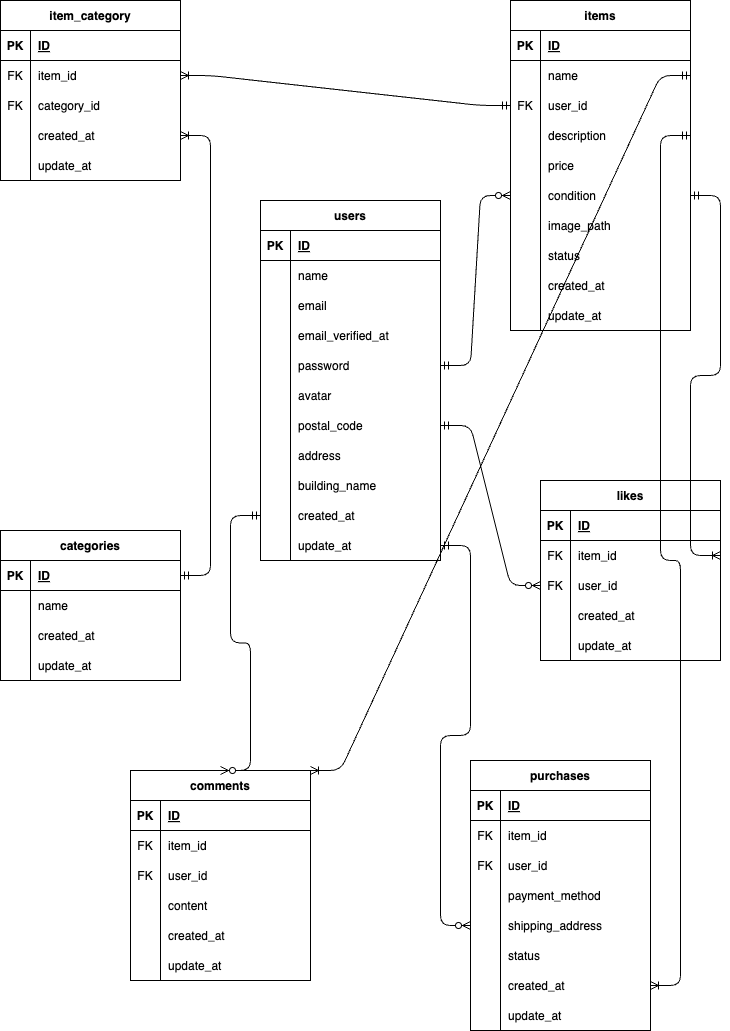
Kizuna42/-app keeps this draw.io diagram as index.drawio.png. Above is the earlier version. Source tidied: cells renumbered, new cells last; positions are measured from the earlier drawing's top-left corner, leaving out a move shared by most shapes.
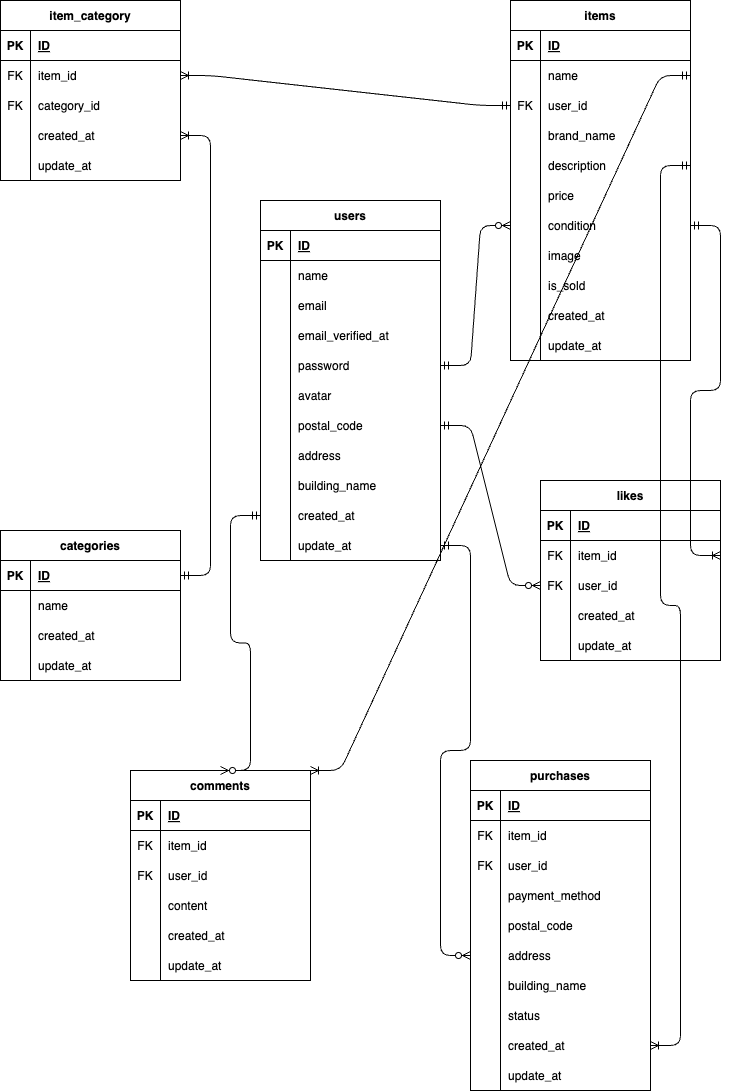
The same diagram one commit later.

Diff of the diagram source:
```diff
@@ -105,7 +105,7 @@
       <mxGeometry x="30" width="150" height="30" as="geometry" />
     </mxCell>
     <mxCell id="36" value="items" style="shape=table;startSize=30;rowLines=0;fontStyle=1;align=center;" parent="1" vertex="1">
-      <mxGeometry x="510" width="180" height="330" as="geometry" />
+      <mxGeometry x="510" width="180" height="360" as="geometry" />
     </mxCell>
     <mxCell id="37" style="shape=tableRow;horizontal=0;startSize=0;swimlaneHead=0;swimlaneBody=0;fillColor=none;top=0;left=0;right=0;bottom=1;" parent="36" vertex="1">
       <mxGeometry y="30" width="180" height="30" as="geometry" />
@@ -134,8 +134,17 @@
     <mxCell id="45" value="user_id" style="shape=partialRectangle;fillColor=none;top=0;left=0;bottom=0;right=0;align=left;spacingLeft=6;fontStyle=0;overflow=hidden;" parent="43" vertex="1">
       <mxGeometry x="30" width="150" height="30" as="geometry" />
     </mxCell>
+    <mxCell id="165" style="shape=tableRow;horizontal=0;startSize=0;swimlaneHead=0;swimlaneBody=0;fillColor=none;top=0;left=0;right=0;bottom=0;" parent="36" vertex="1">
+      <mxGeometry y="120" width="180" height="30" as="geometry" />
+    </mxCell>
+    <mxCell id="166" style="shape=partialRectangle;fillColor=none;top=0;left=0;bottom=0;right=0;overflow=hidden;" parent="165" vertex="1">
+      <mxGeometry width="30" height="30" as="geometry" />
+    </mxCell>
+    <mxCell id="167" value="brand_name" style="shape=partialRectangle;fillColor=none;top=0;left=0;bottom=0;right=0;align=left;spacingLeft=6;overflow=hidden;" parent="165" vertex="1">
+      <mxGeometry x="30" width="150" height="30" as="geometry" />
+    </mxCell>
     <mxCell id="46" style="shape=tableRow;horizontal=0;startSize=0;swimlaneHead=0;swimlaneBody=0;fillColor=none;points=[[0,0.5],[1,0.5]];portConstraint=eastwest;top=0;left=0;right=0;bottom=0;" parent="36" vertex="1">
-      <mxGeometry y="120" width="180" height="30" as="geometry" />
+      <mxGeometry y="150" width="180" height="30" as="geometry" />
     </mxCell>
     <mxCell id="47" style="shape=partialRectangle;fillColor=none;top=0;left=0;bottom=0;right=0;overflow=hidden;" parent="46" vertex="1">
       <mxGeometry width="30" height="30" as="geometry" />
@@ -144,7 +153,7 @@
       <mxGeometry x="30" width="150" height="30" as="geometry" />
     </mxCell>
     <mxCell id="49" style="shape=tableRow;horizontal=0;startSize=0;swimlaneHead=0;swimlaneBody=0;fillColor=none;top=0;left=0;right=0;bottom=0;" parent="36" vertex="1">
-      <mxGeometry y="150" width="180" height="30" as="geometry" />
+      <mxGeometry y="180" width="180" height="30" as="geometry" />
     </mxCell>
     <mxCell id="50" style="shape=partialRectangle;fillColor=none;top=0;left=0;bottom=0;right=0;overflow=hidden;" parent="49" vertex="1">
       <mxGeometry width="30" height="30" as="geometry" />
@@ -153,7 +162,7 @@
       <mxGeometry x="30" width="150" height="30" as="geometry" />
     </mxCell>
     <mxCell id="52" style="shape=tableRow;horizontal=0;startSize=0;swimlaneHead=0;swimlaneBody=0;fillColor=none;points=[[0,0.5],[1,0.5]];portConstraint=eastwest;top=0;left=0;right=0;bottom=0;" parent="36" vertex="1">
-      <mxGeometry y="180" width="180" height="30" as="geometry" />
+      <mxGeometry y="210" width="180" height="30" as="geometry" />
     </mxCell>
     <mxCell id="53" style="shape=partialRectangle;fillColor=none;top=0;left=0;bottom=0;right=0;overflow=hidden;" parent="52" vertex="1">
       <mxGeometry width="30" height="30" as="geometry" />
@@ -162,25 +171,25 @@
       <mxGeometry x="30" width="150" height="30" as="geometry" />
     </mxCell>
     <mxCell id="55" style="shape=tableRow;horizontal=0;startSize=0;swimlaneHead=0;swimlaneBody=0;fillColor=none;top=0;left=0;right=0;bottom=0;" parent="36" vertex="1">
-      <mxGeometry y="210" width="180" height="30" as="geometry" />
+      <mxGeometry y="240" width="180" height="30" as="geometry" />
     </mxCell>
     <mxCell id="56" style="shape=partialRectangle;fillColor=none;top=0;left=0;bottom=0;right=0;overflow=hidden;" parent="55" vertex="1">
       <mxGeometry width="30" height="30" as="geometry" />
     </mxCell>
-    <mxCell id="57" value="image_path" style="shape=partialRectangle;fillColor=none;top=0;left=0;bottom=0;right=0;align=left;spacingLeft=6;overflow=hidden;" parent="55" vertex="1">
+    <mxCell id="57" value="image" style="shape=partialRectangle;fillColor=none;top=0;left=0;bottom=0;right=0;align=left;spacingLeft=6;overflow=hidden;" parent="55" vertex="1">
       <mxGeometry x="30" width="150" height="30" as="geometry" />
     </mxCell>
     <mxCell id="58" style="shape=tableRow;horizontal=0;startSize=0;swimlaneHead=0;swimlaneBody=0;fillColor=none;top=0;left=0;right=0;bottom=0;" parent="36" vertex="1">
-      <mxGeometry y="240" width="180" height="30" as="geometry" />
+      <mxGeometry y="270" width="180" height="30" as="geometry" />
     </mxCell>
     <mxCell id="59" style="shape=partialRectangle;fillColor=none;top=0;left=0;bottom=0;right=0;overflow=hidden;" parent="58" vertex="1">
       <mxGeometry width="30" height="30" as="geometry" />
     </mxCell>
-    <mxCell id="60" value="status" style="shape=partialRectangle;fillColor=none;top=0;left=0;bottom=0;right=0;align=left;spacingLeft=6;overflow=hidden;" parent="58" vertex="1">
+    <mxCell id="60" value="is_sold" style="shape=partialRectangle;fillColor=none;top=0;left=0;bottom=0;right=0;align=left;spacingLeft=6;overflow=hidden;" parent="58" vertex="1">
       <mxGeometry x="30" width="150" height="30" as="geometry" />
     </mxCell>
     <mxCell id="61" style="shape=tableRow;horizontal=0;startSize=0;swimlaneHead=0;swimlaneBody=0;fillColor=none;top=0;left=0;right=0;bottom=0;" parent="36" vertex="1">
-      <mxGeometry y="270" width="180" height="30" as="geometry" />
+      <mxGeometry y="300" width="180" height="30" as="geometry" />
     </mxCell>
     <mxCell id="62" style="shape=partialRectangle;fillColor=none;top=0;left=0;bottom=0;right=0;overflow=hidden;" parent="61" vertex="1">
       <mxGeometry width="30" height="30" as="geometry" />
@@ -189,7 +198,7 @@
       <mxGeometry x="30" width="150" height="30" as="geometry" />
     </mxCell>
     <mxCell id="64" style="shape=tableRow;horizontal=0;startSize=0;swimlaneHead=0;swimlaneBody=0;fillColor=none;top=0;left=0;right=0;bottom=0;" parent="36" vertex="1">
-      <mxGeometry y="300" width="180" height="30" as="geometry" />
+      <mxGeometry y="330" width="180" height="30" as="geometry" />
     </mxCell>
     <mxCell id="65" style="shape=partialRectangle;fillColor=none;top=0;left=0;bottom=0;right=0;overflow=hidden;" parent="64" vertex="1">
       <mxGeometry width="30" height="30" as="geometry" />
@@ -390,7 +399,7 @@
       <mxGeometry x="30" width="150" height="30" as="geometry" />
     </mxCell>
     <mxCell id="131" value="purchases" style="shape=table;startSize=30;rowLines=0;fontStyle=1;align=center;" parent="1" vertex="1">
-      <mxGeometry x="470" y="760" width="180" height="270" as="geometry" />
+      <mxGeometry x="470" y="760" width="180" height="330" as="geometry" />
     </mxCell>
     <mxCell id="132" style="shape=tableRow;horizontal=0;startSize=0;swimlaneHead=0;swimlaneBody=0;fillColor=none;top=0;left=0;right=0;bottom=1;" parent="131" vertex="1">
       <mxGeometry y="30" width="180" height="30" as="geometry" />
@@ -428,17 +437,35 @@
     <mxCell id="143" value="payment_method" style="shape=partialRectangle;fillColor=none;top=0;left=0;bottom=0;right=0;align=left;spacingLeft=6;overflow=hidden;" parent="141" vertex="1">
       <mxGeometry x="30" width="150" height="30" as="geometry" />
     </mxCell>
+    <mxCell id="168" style="shape=tableRow;horizontal=0;startSize=0;swimlaneHead=0;swimlaneBody=0;fillColor=none;top=0;left=0;right=0;bottom=0;" parent="131" vertex="1">
+      <mxGeometry y="150" width="180" height="30" as="geometry" />
+    </mxCell>
+    <mxCell id="169" style="shape=partialRectangle;fillColor=none;top=0;left=0;bottom=0;right=0;overflow=hidden;" parent="168" vertex="1">
+      <mxGeometry width="30" height="30" as="geometry" />
+    </mxCell>
+    <mxCell id="170" value="postal_code" style="shape=partialRectangle;fillColor=none;top=0;left=0;bottom=0;right=0;align=left;spacingLeft=6;overflow=hidden;" parent="168" vertex="1">
+      <mxGeometry x="30" width="150" height="30" as="geometry" />
+    </mxCell>
     <mxCell id="144" style="shape=tableRow;horizontal=0;startSize=0;swimlaneHead=0;swimlaneBody=0;fillColor=none;points=[[0,0.5],[1,0.5]];portConstraint=eastwest;top=0;left=0;right=0;bottom=0;" parent="131" vertex="1">
-      <mxGeometry y="150" width="180" height="30" as="geometry" />
+      <mxGeometry y="180" width="180" height="30" as="geometry" />
     </mxCell>
     <mxCell id="145" style="shape=partialRectangle;fillColor=none;top=0;left=0;bottom=0;right=0;overflow=hidden;" parent="144" vertex="1">
       <mxGeometry width="30" height="30" as="geometry" />
     </mxCell>
-    <mxCell id="146" value="shipping_address" style="shape=partialRectangle;fillColor=none;top=0;left=0;bottom=0;right=0;align=left;spacingLeft=6;overflow=hidden;" parent="144" vertex="1">
+    <mxCell id="146" value="address" style="shape=partialRectangle;fillColor=none;top=0;left=0;bottom=0;right=0;align=left;spacingLeft=6;overflow=hidden;" parent="144" vertex="1">
       <mxGeometry x="30" width="150" height="30" as="geometry" />
     </mxCell>
+    <mxCell id="171" style="shape=tableRow;horizontal=0;startSize=0;swimlaneHead=0;swimlaneBody=0;fillColor=none;top=0;left=0;right=0;bottom=0;" parent="131" vertex="1">
+      <mxGeometry y="210" width="180" height="30" as="geometry" />
+    </mxCell>
+    <mxCell id="172" style="shape=partialRectangle;fillColor=none;top=0;left=0;bottom=0;right=0;overflow=hidden;" parent="171" vertex="1">
+      <mxGeometry width="30" height="30" as="geometry" />
+    </mxCell>
+    <mxCell id="173" value="building_name" style="shape=partialRectangle;fillColor=none;top=0;left=0;bottom=0;right=0;align=left;spacingLeft=6;overflow=hidden;" parent="171" vertex="1">
+      <mxGeometry x="30" width="150" height="30" as="geometry" />
+    </mxCell>
     <mxCell id="147" style="shape=tableRow;horizontal=0;startSize=0;swimlaneHead=0;swimlaneBody=0;fillColor=none;top=0;left=0;right=0;bottom=0;" parent="131" vertex="1">
-      <mxGeometry y="180" width="180" height="30" as="geometry" />
+      <mxGeometry y="240" width="180" height="30" as="geometry" />
     </mxCell>
     <mxCell id="148" style="shape=partialRectangle;fillColor=none;top=0;left=0;bottom=0;right=0;overflow=hidden;" parent="147" vertex="1">
       <mxGeometry width="30" height="30" as="geometry" />
@@ -447,7 +474,7 @@
       <mxGeometry x="30" width="150" height="30" as="geometry" />
     </mxCell>
     <mxCell id="150" style="shape=tableRow;horizontal=0;startSize=0;swimlaneHead=0;swimlaneBody=0;fillColor=none;points=[[0,0.5],[1,0.5]];portConstraint=eastwest;top=0;left=0;right=0;bottom=0;" parent="131" vertex="1">
-      <mxGeometry y="210" width="180" height="30" as="geometry" />
+      <mxGeometry y="270" width="180" height="30" as="geometry" />
     </mxCell>
     <mxCell id="151" style="shape=partialRectangle;fillColor=none;top=0;left=0;bottom=0;right=0;overflow=hidden;" parent="150" vertex="1">
       <mxGeometry width="30" height="30" as="geometry" />
@@ -456,7 +483,7 @@
       <mxGeometry x="30" width="150" height="30" as="geometry" />
     </mxCell>
     <mxCell id="153" style="shape=tableRow;horizontal=0;startSize=0;swimlaneHead=0;swimlaneBody=0;fillColor=none;top=0;left=0;right=0;bottom=0;" parent="131" vertex="1">
-      <mxGeometry y="240" width="180" height="30" as="geometry" />
+      <mxGeometry y="300" width="180" height="30" as="geometry" />
     </mxCell>
     <mxCell id="154" style="shape=partialRectangle;fillColor=none;top=0;left=0;bottom=0;right=0;overflow=hidden;" parent="153" vertex="1">
       <mxGeometry width="30" height="30" as="geometry" />
```
